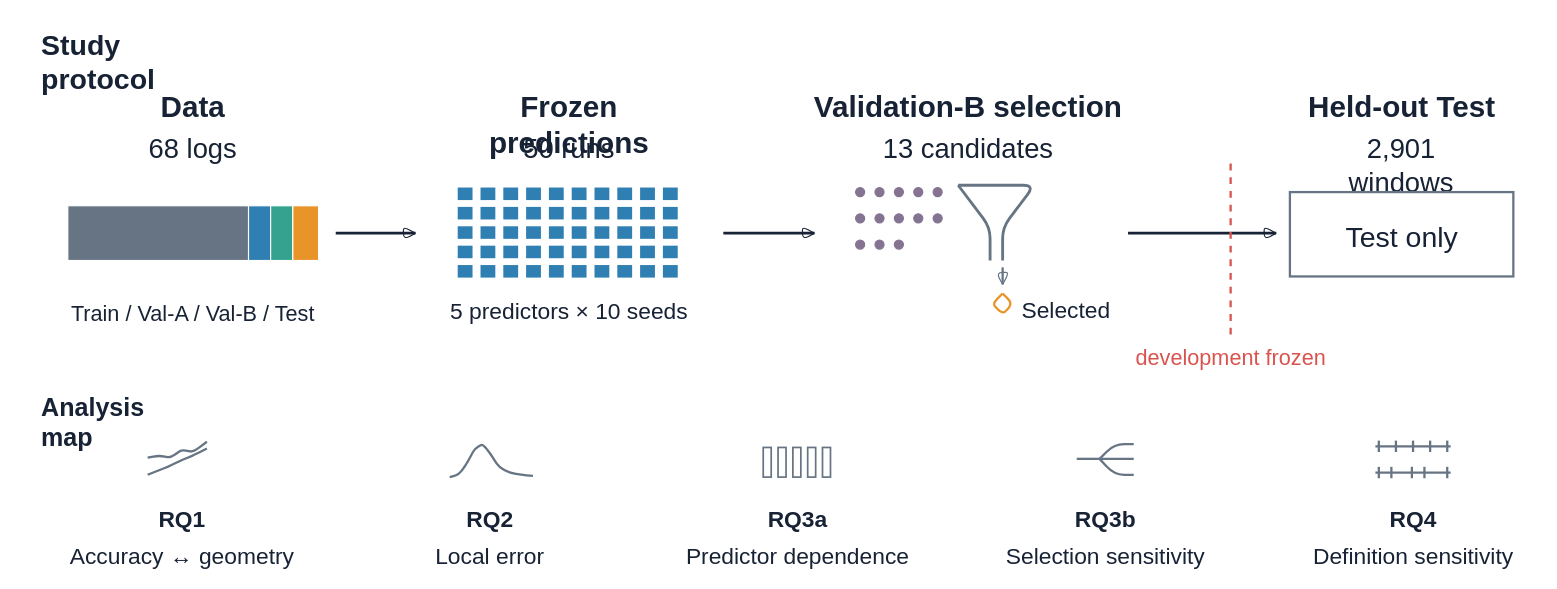
xin259663-star/cpu-egosmooth keeps this draw.io diagram as figures/Fig01_Protocol.drawio. Above is the earlier version. Source tidied: cells renumbered, new cells numbered last; positions are measured from the earlier drawing's top-left corner, leaving out a move shared by most shapes. Both pictures are drawn from the tidied source at 114%, with x=0, y=0 at pixel (19, 19). Pictures stored in the file or linked from it are replaced by grey dashed boxes.
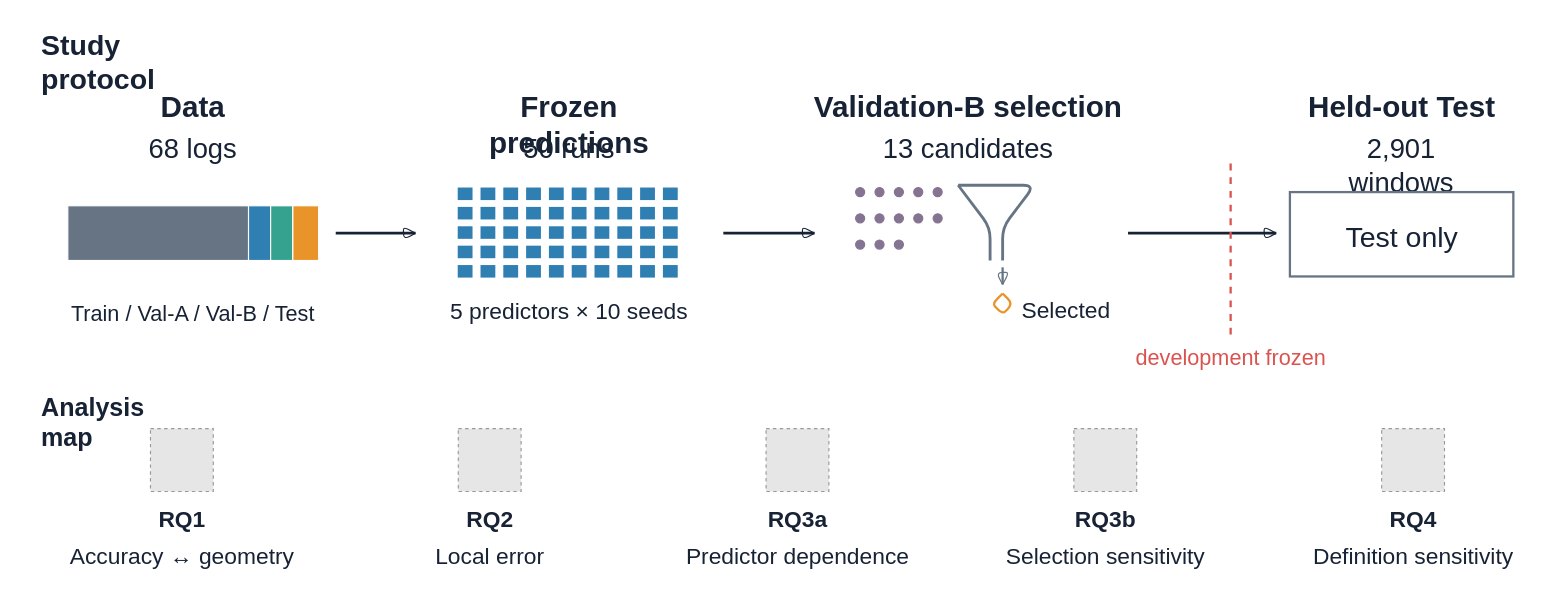
The same diagram, later.

Change to the diagram source:
```diff
@@
-    <mxCell id="97" style="endArrow=none;startArrow=none;strokeColor=#667483;strokeWidth=2;html=1;" parent="1" edge="1">
-      <mxGeometry relative="1" as="geometry">
-        <mxPoint x="112" y="399" as="sourcePoint" />
-        <mxPoint x="164" y="376" as="targetPoint" />
-        <Array as="points">
-          <mxPoint x="122" y="395" />
-          <mxPoint x="132" y="391" />
-          <mxPoint x="142" y="386" />
-          <mxPoint x="152" y="382" />
-        </Array>
-      </mxGeometry>
-    </mxCell>
-    <mxCell id="98" style="endArrow=none;startArrow=none;strokeColor=#667483;strokeWidth=2;html=1;" parent="1" edge="1">
-      <mxGeometry relative="1" as="geometry">
-        <mxPoint x="112" y="384" as="sourcePoint" />
-        <mxPoint x="164" y="370" as="targetPoint" />
-        <Array as="points">
-          <mxPoint x="122" y="382" />
-          <mxPoint x="132" y="384" />
-          <mxPoint x="142" y="377" />
-          <mxPoint x="152" y="379" />
-        </Array>
-      </mxGeometry>
-    </mxCell>
-    <mxCell id="99" style="endArrow=none;startArrow=none;strokeColor=#667483;strokeWidth=2;html=1;" parent="1" edge="1">
-      <mxGeometry relative="1" as="geometry">
-        <mxPoint x="377" y="401" as="sourcePoint" />
-        <mxPoint x="450" y="400" as="targetPoint" />
-        <Array as="points">
-          <mxPoint x="385" y="399" />
-          <mxPoint x="392" y="389" />
-          <mxPoint x="399" y="376" />
-          <mxPoint x="406" y="372" />
-          <mxPoint x="413" y="381" />
-          <mxPoint x="420" y="392" />
-          <mxPoint x="429" y="397" />
-          <mxPoint x="439" y="399" />
-        </Array>
-      </mxGeometry>
-    </mxCell>
-    <mxCell id="100" style="rounded=0;fillColor=none;strokeColor=#667483;strokeWidth=1.5;" parent="1" vertex="1">
-      <mxGeometry x="652" y="375" width="7" height="26" as="geometry" />
-    </mxCell>
-    <mxCell id="101" style="rounded=0;fillColor=none;strokeColor=#667483;strokeWidth=1.5;" parent="1" vertex="1">
-      <mxGeometry x="665" y="375" width="7" height="26" as="geometry" />
-    </mxCell>
-    <mxCell id="102" style="rounded=0;fillColor=none;strokeColor=#667483;strokeWidth=1.5;" parent="1" vertex="1">
-      <mxGeometry x="678" y="375" width="7" height="26" as="geometry" />
-    </mxCell>
-    <mxCell id="103" style="rounded=0;fillColor=none;strokeColor=#667483;strokeWidth=1.5;" parent="1" vertex="1">
-      <mxGeometry x="691" y="375" width="7" height="26" as="geometry" />
-    </mxCell>
-    <mxCell id="104" style="rounded=0;fillColor=none;strokeColor=#667483;strokeWidth=1.5;" parent="1" vertex="1">
-      <mxGeometry x="704" y="375" width="7" height="26" as="geometry" />
-    </mxCell>
-    <mxCell id="105" style="endArrow=none;startArrow=none;strokeColor=#667483;strokeWidth=2;html=1;" parent="1" edge="1">
-      <mxGeometry relative="1" as="geometry">
-        <mxPoint x="927" y="385" as="sourcePoint" />
-        <mxPoint x="947" y="385" as="targetPoint" />
-      </mxGeometry>
-    </mxCell>
-    <mxCell id="106" style="endArrow=none;startArrow=none;strokeColor=#667483;strokeWidth=2;html=1;" parent="1" edge="1">
-      <mxGeometry relative="1" as="geometry">
-        <mxPoint x="947" y="385" as="sourcePoint" />
-        <mxPoint x="977" y="372" as="targetPoint" />
-        <Array as="points">
-          <mxPoint x="960" y="372" />
-        </Array>
-      </mxGeometry>
-    </mxCell>
-    <mxCell id="107" style="endArrow=none;startArrow=none;strokeColor=#667483;strokeWidth=2;html=1;" parent="1" edge="1">
-      <mxGeometry relative="1" as="geometry">
-        <mxPoint x="947" y="385" as="sourcePoint" />
-        <mxPoint x="977" y="385" as="targetPoint" />
-        <Array as="points">
-          <mxPoint x="960" y="385" />
-        </Array>
-      </mxGeometry>
-    </mxCell>
-    <mxCell id="108" style="endArrow=none;startArrow=none;strokeColor=#667483;strokeWidth=2;html=1;" parent="1" edge="1">
-      <mxGeometry relative="1" as="geometry">
-        <mxPoint x="947" y="385" as="sourcePoint" />
-        <mxPoint x="977" y="399" as="targetPoint" />
-        <Array as="points">
-          <mxPoint x="960" y="399" />
-        </Array>
-      </mxGeometry>
-    </mxCell>
-    <mxCell id="109" style="endArrow=none;startArrow=none;strokeColor=#667483;strokeWidth=2;html=1;" parent="1" edge="1">
-      <mxGeometry relative="1" as="geometry">
-        <mxPoint x="1189" y="374" as="sourcePoint" />
-        <mxPoint x="1255" y="374" as="targetPoint" />
-      </mxGeometry>
-    </mxCell>
-    <mxCell id="110" style="endArrow=none;startArrow=none;strokeColor=#667483;strokeWidth=2;html=1;" parent="1" edge="1">
-      <mxGeometry relative="1" as="geometry">
-        <mxPoint x="1192" y="369" as="sourcePoint" />
-        <mxPoint x="1192" y="379" as="targetPoint" />
-      </mxGeometry>
-    </mxCell>
-    <mxCell id="111" style="endArrow=none;startArrow=none;strokeColor=#667483;strokeWidth=2;html=1;" parent="1" edge="1">
-      <mxGeometry relative="1" as="geometry">
-        <mxPoint x="1207" y="369" as="sourcePoint" />
-        <mxPoint x="1207" y="379" as="targetPoint" />
-      </mxGeometry>
-    </mxCell>
-    <mxCell id="112" style="endArrow=none;startArrow=none;strokeColor=#667483;strokeWidth=2;html=1;" parent="1" edge="1">
-      <mxGeometry relative="1" as="geometry">
-        <mxPoint x="1222" y="369" as="sourcePoint" />
-        <mxPoint x="1222" y="379" as="targetPoint" />
-      </mxGeometry>
-    </mxCell>
-    <mxCell id="113" style="endArrow=none;startArrow=none;strokeColor=#667483;strokeWidth=2;html=1;" parent="1" edge="1">
-      <mxGeometry relative="1" as="geometry">
-        <mxPoint x="1237" y="369" as="sourcePoint" />
-        <mxPoint x="1237" y="379" as="targetPoint" />
-      </mxGeometry>
-    </mxCell>
-    <mxCell id="114" style="endArrow=none;startArrow=none;strokeColor=#667483;strokeWidth=2;html=1;" parent="1" edge="1">
-      <mxGeometry relative="1" as="geometry">
-        <mxPoint x="1252" y="369" as="sourcePoint" />
-        <mxPoint x="1252" y="379" as="targetPoint" />
-      </mxGeometry>
-    </mxCell>
-    <mxCell id="115" style="endArrow=none;startArrow=none;strokeColor=#667483;strokeWidth=2;html=1;" parent="1" edge="1">
-      <mxGeometry relative="1" as="geometry">
-        <mxPoint x="1189" y="397" as="sourcePoint" />
-        <mxPoint x="1255" y="397" as="targetPoint" />
-      </mxGeometry>
-    </mxCell>
-    <mxCell id="116" style="endArrow=none;startArrow=none;strokeColor=#667483;strokeWidth=2;html=1;" parent="1" edge="1">
-      <mxGeometry relative="1" as="geometry">
-        <mxPoint x="1192" y="392" as="sourcePoint" />
-        <mxPoint x="1192" y="402" as="targetPoint" />
-      </mxGeometry>
-    </mxCell>
-    <mxCell id="117" style="endArrow=none;startArrow=none;strokeColor=#667483;strokeWidth=2;html=1;" parent="1" edge="1">
-      <mxGeometry relative="1" as="geometry">
-        <mxPoint x="1203" y="392" as="sourcePoint" />
-        <mxPoint x="1203" y="402" as="targetPoint" />
-      </mxGeometry>
-    </mxCell>
-    <mxCell id="118" style="endArrow=none;startArrow=none;strokeColor=#667483;strokeWidth=2;html=1;" parent="1" edge="1">
-      <mxGeometry relative="1" as="geometry">
-        <mxPoint x="1221" y="392" as="sourcePoint" />
-        <mxPoint x="1221" y="402" as="targetPoint" />
-      </mxGeometry>
-    </mxCell>
-    <mxCell id="119" style="endArrow=none;startArrow=none;strokeColor=#667483;strokeWidth=2;html=1;" parent="1" edge="1">
-      <mxGeometry relative="1" as="geometry">
-        <mxPoint x="1232" y="392" as="sourcePoint" />
-        <mxPoint x="1232" y="402" as="targetPoint" />
-      </mxGeometry>
-    </mxCell>
-    <mxCell id="120" style="endArrow=none;startArrow=none;strokeColor=#667483;strokeWidth=2;html=1;" parent="1" edge="1">
-      <mxGeometry relative="1" as="geometry">
-        <mxPoint x="1252" y="392" as="sourcePoint" />
-        <mxPoint x="1252" y="402" as="targetPoint" />
-      </mxGeometry>
-    </mxCell>
@@
+    <mxCell id="131" style="fillColor=#E6E6E6;strokeColor=#999999;dashed=1;html=1;" parent="1" vertex="1">
+      <mxGeometry x="114.5" y="358.5" width="55.1" height="55.1" as="geometry" />
+    </mxCell>
+    <mxCell id="132" style="fillColor=#E6E6E6;strokeColor=#999999;dashed=1;html=1;" parent="1" vertex="1">
+      <mxGeometry x="384.5" y="358.5" width="55.1" height="55.1" as="geometry" />
+    </mxCell>
+    <mxCell id="133" style="fillColor=#E6E6E6;strokeColor=#999999;dashed=1;html=1;" parent="1" vertex="1">
+      <mxGeometry x="654.5" y="358.5" width="55.1" height="55.1" as="geometry" />
+    </mxCell>
+    <mxCell id="134" style="fillColor=#E6E6E6;strokeColor=#999999;dashed=1;html=1;" parent="1" vertex="1">
+      <mxGeometry x="924.5" y="358.5" width="55.1" height="55.1" as="geometry" />
+    </mxCell>
+    <mxCell id="135" style="fillColor=#E6E6E6;strokeColor=#999999;dashed=1;html=1;" parent="1" vertex="1">
+      <mxGeometry x="1194.5" y="358.5" width="55.1" height="55.1" as="geometry" />
+    </mxCell>
```
